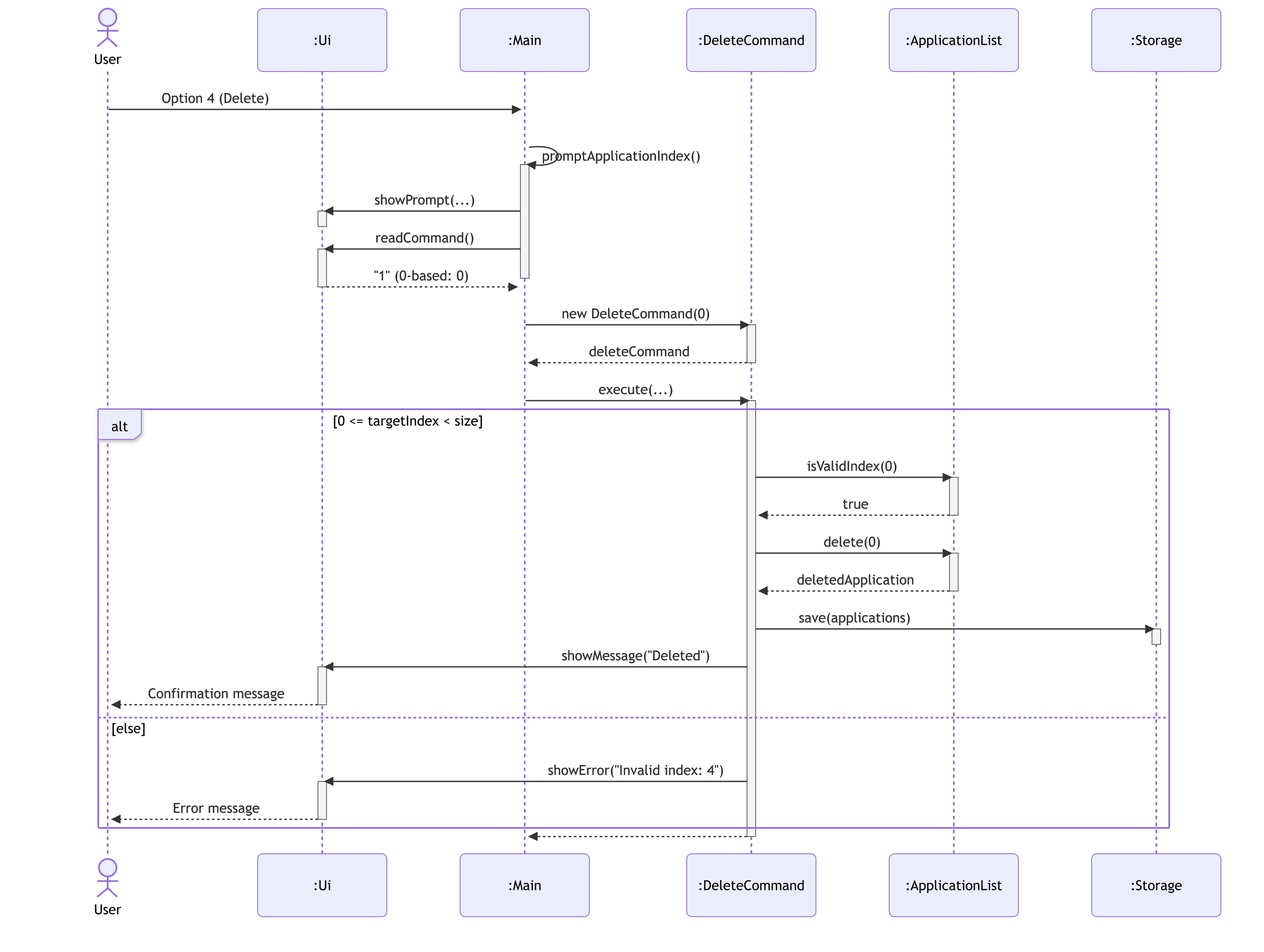
The Mermaid diagram docs/diagrams/delete-application-sequence.png in AY2627S1-CS2113-T10-2/tp, before a commit. Its source is kept beside it as docs/diagrams/sources/delete-application-sequence.mmd.
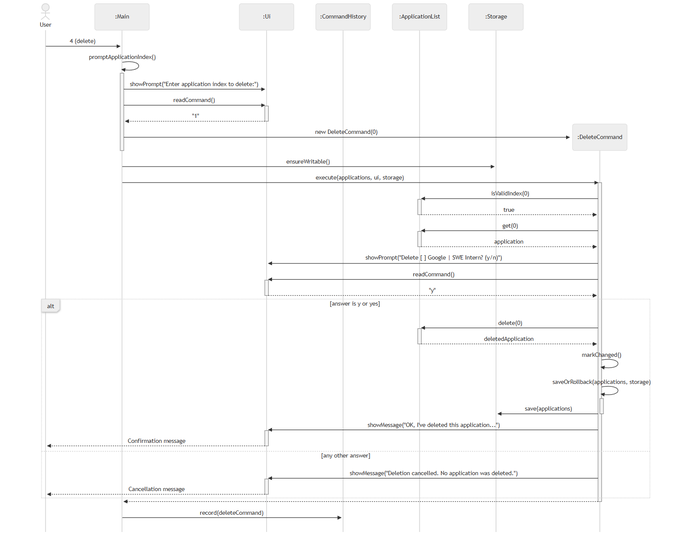
Later version of the same file.

Change to the diagram source:
```diff
@@ -1,54 +1,60 @@
-%%{init: {'theme': 'default', 'sequence': {'actorMargin': 85, 'messageMargin': 45}}}%%
-%%{init: {'theme': 'default', 'sequence': {'actorMargin': 85, 'messageMargin': 45}}}%%
-%%{init: {'theme': 'default', 'sequence': {'actorMargin': 85, 'messageMargin': 45}}}%%
+%%{init: {'theme': 'neutral', 'sequence': {'mirrorActors': false, 'actorMargin': 60, 'messageMargin': 28}}}%%
 sequenceDiagram
     actor user as User
+    participant main as :Main
     participant ui as :Ui
-    participant main as :Main
-    participant cmd as :DeleteCommand
+    participant history as :CommandHistory
     participant list as :ApplicationList
     participant storage as :Storage
 
-    user->>main: Option 4 (Delete)
+    user->>main: 4 (delete)
     main->>main: promptApplicationIndex()
     activate main
-    main->>ui: showPrompt(...)
-    activate ui
-    deactivate ui
+    main->>ui: showPrompt("Enter application index to delete:")
     main->>ui: readCommand()
     activate ui
-    ui-->>main: "1" (0-based: 0)
+    ui-->>main: "1"
     deactivate ui
+    create participant cmd as :DeleteCommand
+    main->>cmd: new DeleteCommand(0)
     deactivate main
-    main->>cmd: new DeleteCommand(0)
+    main->>storage: ensureWritable()
+    main->>cmd: execute(applications, ui, storage)
     activate cmd
-    cmd-->>main: deleteCommand
-    deactivate cmd
-    main->>cmd: execute(...)
-    activate cmd
+    cmd->>list: isValidIndex(0)
+    activate list
+    list-->>cmd: true
+    deactivate list
+    cmd->>list: get(0)
+    activate list
+    list-->>cmd: application
+    deactivate list
+    cmd->>ui: showPrompt("Delete [ ] Google | SWE Intern? (y/n)")
+    cmd->>ui: readCommand()
+    activate ui
+    ui-->>cmd: "y"
+    deactivate ui
 
-    alt 0 <= targetIndex < size
-        cmd->>list: isValidIndex(0)
-        activate list
-        list-->>cmd: true
-        deactivate list
+    alt answer is y or yes
         cmd->>list: delete(0)
         activate list
         list-->>cmd: deletedApplication
         deactivate list
+        cmd->>cmd: markChanged()
+        cmd->>cmd: saveOrRollback(applications, storage)
+        activate cmd
         cmd->>storage: save(applications)
-        activate storage
-        deactivate storage
-        cmd->>ui: showMessage("Deleted")
+        deactivate cmd
+        cmd->>ui: showMessage("OK, I've deleted this application...")
         activate ui
         ui-->>user: Confirmation message
         deactivate ui
-    else else
-        cmd->>ui: showError("Invalid index: 4")
+    else any other answer
+        cmd->>ui: showMessage("Deletion cancelled. No application was deleted.")
         activate ui
-        ui-->>user: Error message
+        ui-->>user: Cancellation message
         deactivate ui
     end
-
     cmd-->>main:
     deactivate cmd
+    main->>history: record(deleteCommand)
```
